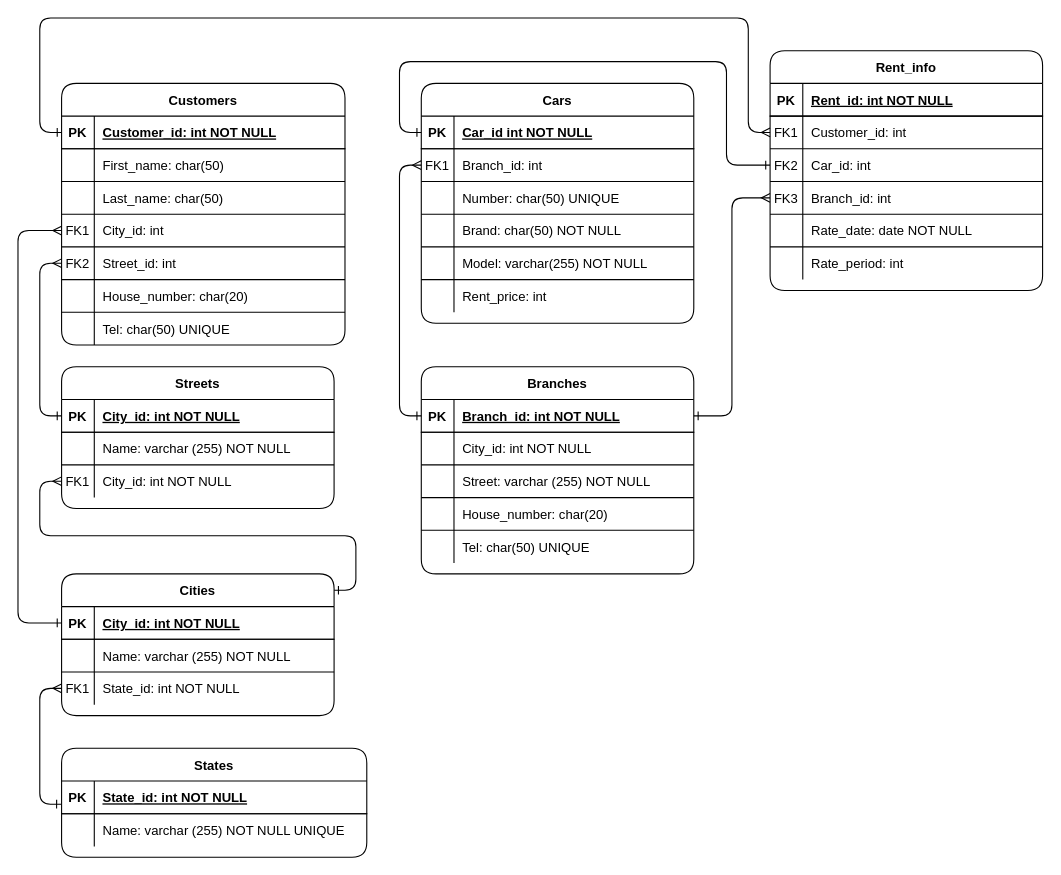
Before: databases/01_BD_entity_diagram/BD_diagram.drawio in nikfeo/python-education, a draw.io diagram. Source tidied: cells renumbered, new cells numbered last; positions are measured from the earlier drawing's top-left corner, leaving out a move shared by most shapes. Both pictures are drawn from the tidied source at 109%, with x=0, y=0 at pixel (17, 17).
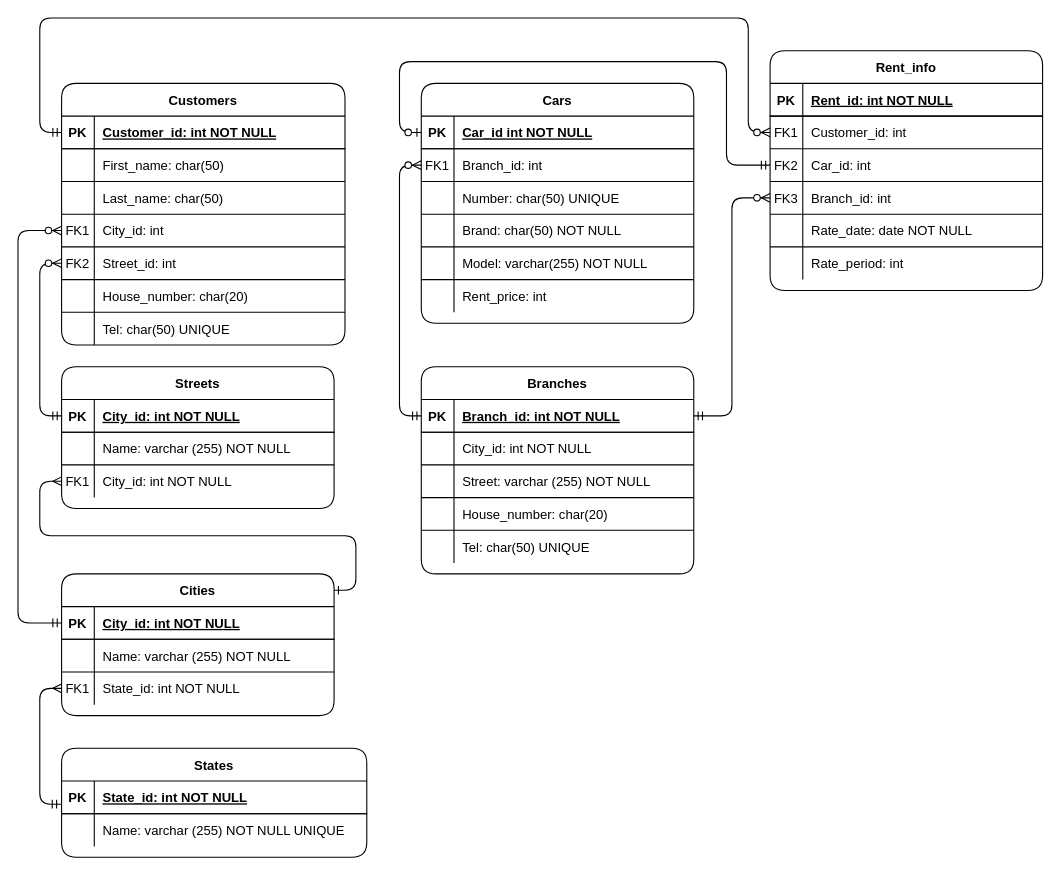
The same page after the edit.

The change refers to these unchanged cells:
```xml
<mxCell id="11" style="shape=partialRectangle;fillColor=none;points=[[0,0.5],[1,0.5]];portConstraint=eastwest;top=0;left=0;right=0;bottom=1;" parent="10" vertex="1">
  <mxGeometry y="30" width="250" height="30" as="geometry" />
</mxCell>
<mxCell id="14" style="shape=partialRectangle;fillColor=none;points=[[0,0.5],[1,0.5]];portConstraint=eastwest;top=0;left=0;right=0;bottom=0;" parent="10" vertex="1">
  <mxGeometry y="60" width="250" height="30" as="geometry" />
</mxCell>
<mxCell id="30" style="shape=partialRectangle;fillColor=none;points=[[0,0.5],[1,0.5]];portConstraint=eastwest;top=0;left=0;right=0;bottom=1;" parent="29" vertex="1">
  <mxGeometry y="30" width="250" height="30" as="geometry" />
</mxCell>
<mxCell id="46" style="shape=partialRectangle;fillColor=none;points=[[0,0.5],[1,0.5]];portConstraint=eastwest;top=0;left=0;right=0;bottom=1;" parent="45" vertex="1">
  <mxGeometry y="30" width="250" height="30" as="geometry" />
</mxCell>
<mxCell id="52" style="shape=partialRectangle;fillColor=none;points=[[0,0.5],[1,0.5]];portConstraint=eastwest;top=0;left=0;right=0;bottom=0;" parent="45" vertex="1">
  <mxGeometry y="90" width="250" height="30" as="geometry" />
</mxCell>
<mxCell id="56" style="shape=partialRectangle;fillColor=none;points=[[0,0.5],[1,0.5]];portConstraint=eastwest;top=0;left=0;right=0;bottom=1;" parent="55" vertex="1">
  <mxGeometry y="30" width="280" height="30" as="geometry" />
</mxCell>
<mxCell id="63" style="shape=partialRectangle;fillColor=none;points=[[0,0.5],[1,0.5]];portConstraint=eastwest;top=0;left=0;right=0;bottom=1;" parent="62" vertex="1">
  <mxGeometry y="30" width="250" height="30" as="geometry" />
</mxCell>
<mxCell id="76" style="shape=partialRectangle;fillColor=none;points=[[0,0.5],[1,0.5]];portConstraint=eastwest;top=0;left=0;right=0;bottom=0;" parent="72" vertex="1">
  <mxGeometry y="60" width="250" height="30" as="geometry" />
</mxCell>
<mxCell id="79" style="shape=partialRectangle;fillColor=none;points=[[0,0.5],[1,0.5]];portConstraint=eastwest;top=0;left=0;right=0;bottom=0;" parent="72" vertex="1">
  <mxGeometry y="90" width="250" height="30" as="geometry" />
</mxCell>
<mxCell id="82" style="shape=partialRectangle;fillColor=none;points=[[0,0.5],[1,0.5]];portConstraint=eastwest;top=0;left=0;right=0;bottom=0;" parent="72" vertex="1">
  <mxGeometry y="120" width="250" height="30" as="geometry" />
</mxCell>
<mxCell id="92" style="shape=partialRectangle;fillColor=none;points=[[0,0.5],[1,0.5]];portConstraint=eastwest;top=0;left=0;right=0;bottom=1;" parent="91" vertex="1">
  <mxGeometry y="30" width="260" height="30" as="geometry" />
</mxCell>
<mxCell id="101" style="shape=partialRectangle;fillColor=none;points=[[0,0.5],[1,0.5]];portConstraint=eastwest;top=0;left=0;right=0;bottom=0;" parent="91" vertex="1">
  <mxGeometry y="120" width="260" height="30" as="geometry" />
</mxCell>
<mxCell id="104" style="shape=partialRectangle;fillColor=none;points=[[0,0.5],[1,0.5]];portConstraint=eastwest;top=0;left=0;right=0;bottom=0;" parent="91" vertex="1">
  <mxGeometry y="150" width="260" height="30" as="geometry" />
</mxCell>
```

What changed in the source:
```diff
@@
-    <mxCell id="2" style="edgeStyle=orthogonalEdgeStyle;rounded=1;jettySize=auto;html=1;entryX=0;entryY=0.5;entryDx=0;entryDy=0;startArrow=ERmany;startFill=0;endArrow=ERone;endFill=0;" parent="1" edge="1" source="76" target="92">
+    <mxCell id="2" style="edgeStyle=orthogonalEdgeStyle;rounded=1;jettySize=auto;html=1;entryX=0;entryY=0.5;entryDx=0;entryDy=0;startArrow=ERzeroToMany;startFill=1;endArrow=ERmandOne;endFill=0;" parent="1" edge="1" source="76" target="92">
       <mxGeometry relative="1" as="geometry">
         <Array as="points">
           <mxPoint x="670" y="105" />
           <mxPoint x="670" />
           <mxPoint x="20" />
           <mxPoint x="20" y="105" />
         </Array>
       </mxGeometry>
     </mxCell>
-    <mxCell id="3" style="edgeStyle=orthogonalEdgeStyle;rounded=1;jettySize=auto;html=1;entryX=0;entryY=0.5;entryDx=0;entryDy=0;startArrow=ERone;startFill=0;endArrow=ERone;endFill=0;" parent="1" edge="1" source="79" target="11">
+    <mxCell id="3" style="edgeStyle=orthogonalEdgeStyle;rounded=1;jettySize=auto;html=1;entryX=0;entryY=0.5;entryDx=0;entryDy=0;startArrow=ERmandOne;startFill=0;endArrow=ERzeroToOne;endFill=1;" parent="1" edge="1" source="79" target="11">
       <mxGeometry relative="1" as="geometry">
         <Array as="points">
           <mxPoint x="650" y="135" />
           <mxPoint x="650" y="40" />
           <mxPoint x="350" y="40" />
           <mxPoint x="350" y="105" />
         </Array>
       </mxGeometry>
     </mxCell>
@@
-    <mxCell id="5" style="edgeStyle=orthogonalEdgeStyle;rounded=1;jettySize=auto;html=1;entryX=0;entryY=0.5;entryDx=0;entryDy=0;startArrow=ERmany;startFill=0;endArrow=ERone;endFill=0;" parent="1" edge="1" source="101" target="46">
+    <mxCell id="5" style="edgeStyle=orthogonalEdgeStyle;rounded=1;jettySize=auto;html=1;entryX=0;entryY=0.5;entryDx=0;entryDy=0;startArrow=ERzeroToMany;startFill=1;endArrow=ERmandOne;endFill=0;" parent="1" edge="1" source="101" target="46">
       <mxGeometry relative="1" as="geometry">
         <Array as="points">
           <mxPoint y="195" />
           <mxPoint y="555" />
         </Array>
       </mxGeometry>
     </mxCell>
-    <mxCell id="6" style="edgeStyle=orthogonalEdgeStyle;rounded=1;jettySize=auto;html=1;entryX=0;entryY=0.5;entryDx=0;entryDy=0;startArrow=ERmany;startFill=0;endArrow=ERone;endFill=0;" parent="1" edge="1" source="104" target="63">
+    <mxCell id="6" style="edgeStyle=orthogonalEdgeStyle;rounded=1;jettySize=auto;html=1;entryX=0;entryY=0.5;entryDx=0;entryDy=0;startArrow=ERzeroToMany;startFill=1;endArrow=ERmandOne;endFill=0;" parent="1" edge="1" source="104" target="63">
       <mxGeometry relative="1" as="geometry" />
     </mxCell>
-    <mxCell id="7" style="edgeStyle=orthogonalEdgeStyle;rounded=1;jettySize=auto;html=1;entryX=-0.002;entryY=0.711;entryDx=0;entryDy=0;entryPerimeter=0;startArrow=ERmany;startFill=0;endArrow=ERone;endFill=0;exitX=0;exitY=0.5;exitDx=0;exitDy=0;" parent="1" edge="1" source="52" target="56">
+    <mxCell id="7" style="edgeStyle=orthogonalEdgeStyle;rounded=1;jettySize=auto;html=1;entryX=-0.002;entryY=0.711;entryDx=0;entryDy=0;entryPerimeter=0;startArrow=ERmany;startFill=0;endArrow=ERmandOne;endFill=0;exitX=0;exitY=0.5;exitDx=0;exitDy=0;" parent="1" edge="1" source="52" target="56">
       <mxGeometry relative="1" as="geometry" />
     </mxCell>
-    <mxCell id="8" style="edgeStyle=orthogonalEdgeStyle;rounded=1;jettySize=auto;html=1;entryX=0;entryY=0.5;entryDx=0;entryDy=0;startArrow=ERmany;startFill=0;endArrow=ERone;endFill=0;" parent="1" edge="1" source="14" target="30">
+    <mxCell id="8" style="edgeStyle=orthogonalEdgeStyle;rounded=1;jettySize=auto;html=1;entryX=0;entryY=0.5;entryDx=0;entryDy=0;startArrow=ERzeroToMany;startFill=1;endArrow=ERmandOne;endFill=0;" parent="1" edge="1" source="14" target="30">
       <mxGeometry relative="1" as="geometry" />
     </mxCell>
-    <mxCell id="9" style="edgeStyle=orthogonalEdgeStyle;rounded=1;jettySize=auto;html=1;entryX=1;entryY=0.5;entryDx=0;entryDy=0;startArrow=ERmany;startFill=0;endArrow=ERone;endFill=0;" parent="1" edge="1" source="82" target="30">
+    <mxCell id="9" style="edgeStyle=orthogonalEdgeStyle;rounded=1;jettySize=auto;html=1;entryX=1;entryY=0.5;entryDx=0;entryDy=0;startArrow=ERzeroToMany;startFill=1;endArrow=ERmandOne;endFill=0;" parent="1" edge="1" source="82" target="30">
       <mxGeometry relative="1" as="geometry" />
     </mxCell>
```
